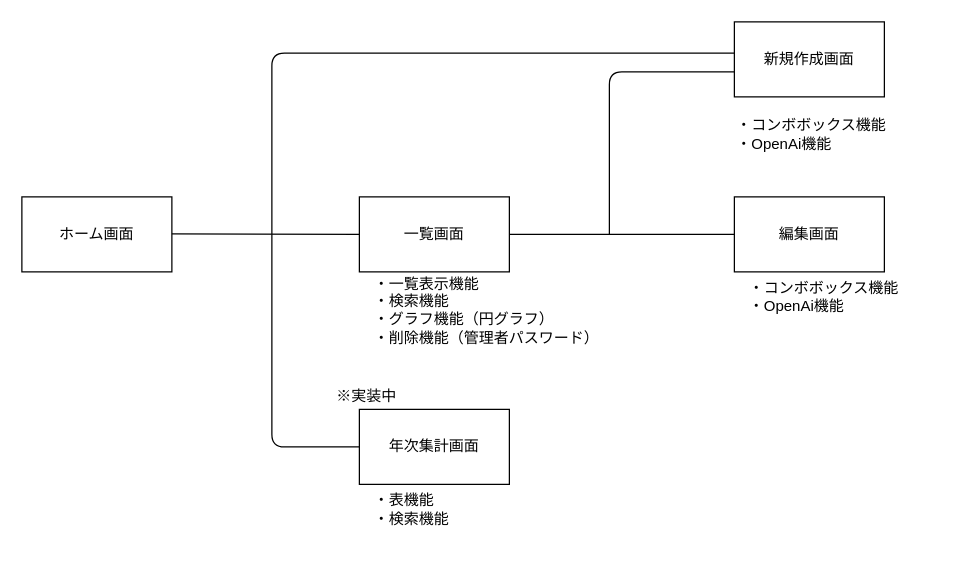
The draw.io diagram incident.dio in katttttsu/incidentapp, before the edit. Source tidied: cells renumbered, new cells numbered last; positions are measured from the earlier drawing's top-left corner, leaving out a move shared by most shapes. Both pictures are drawn from the tidied source at 125%, with x=0, y=0 at pixel (21, 21).
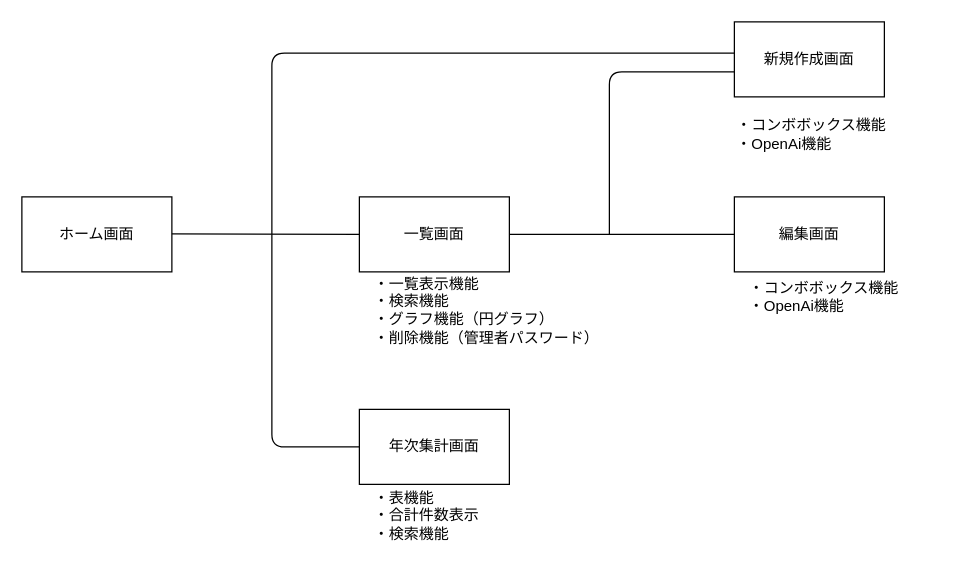
After the change.

The edit, as a diff of the source:
```diff
@@
-    <mxCell id="12" value="・表機能&lt;br&gt;・検索機能" style="text;html=1;strokeColor=none;fillColor=none;align=left;verticalAlign=middle;whiteSpace=wrap;overflow=hidden;" parent="1" vertex="1">
-      <mxGeometry x="280" y="370" width="190" height="40" as="geometry" />
+    <mxCell id="12" value="・表機能&lt;br&gt;・合計件数表示&lt;br&gt;・検索機能" style="text;html=1;strokeColor=none;fillColor=none;align=left;verticalAlign=middle;whiteSpace=wrap;overflow=hidden;" parent="1" vertex="1">
+      <mxGeometry x="280" y="370" width="190" height="50" as="geometry" />
     </mxCell>
@@
-    <mxCell id="16" value="※実装中" style="text;html=1;strokeColor=none;fillColor=none;align=left;verticalAlign=middle;whiteSpace=wrap;overflow=hidden;" parent="1" vertex="1">
-      <mxGeometry x="250" y="290" width="190" height="20" as="geometry" />
-    </mxCell>
```
